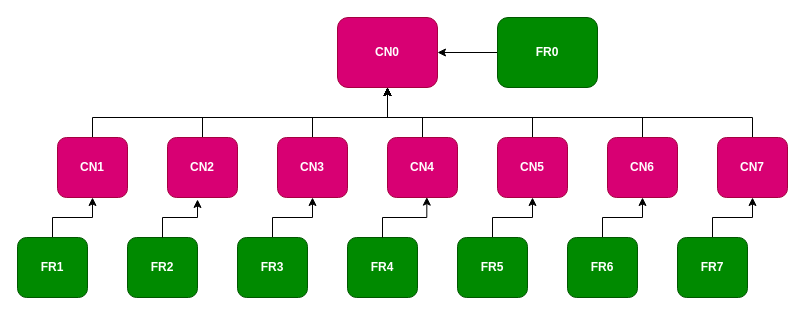
Above: page "CN & FR (Week 5)" (2 of 6) of Untitled Diagram.drawio in asdismilla/FlowChart (draw.io), before the change. Source tidied: cells renumbered, new cells numbered last; positions are measured from the earlier drawing's top-left corner, leaving out a move shared by most shapes. Both pictures are drawn from the tidied source at 100%, with x=0, y=0 at pixel (17, 17).
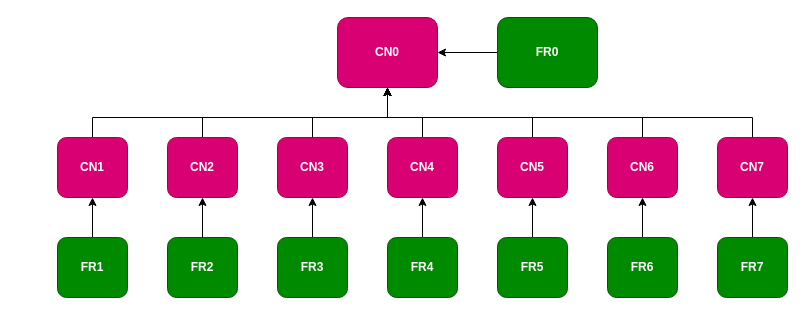
The same diagram, later.

Unchanged cells that the change refers to:
```xml
<mxCell id="10" value="&lt;b&gt;CN4&lt;/b&gt;" style="rounded=1;whiteSpace=wrap;html=1;fillColor=#d80073;fontColor=#ffffff;strokeColor=#A50040;" parent="1" vertex="1">
  <mxGeometry x="370" y="120" width="70" height="60" as="geometry" />
</mxCell>
<mxCell id="14" value="&lt;b&gt;CN2&lt;/b&gt;" style="rounded=1;whiteSpace=wrap;html=1;fillColor=#d80073;fontColor=#ffffff;strokeColor=#A50040;" parent="1" vertex="1">
  <mxGeometry x="150" y="120" width="70" height="60" as="geometry" />
</mxCell>
```

What changed in the source:
```diff
@@
     <mxCell id="18" value="&lt;b&gt;FR7&lt;/b&gt;" style="rounded=1;whiteSpace=wrap;html=1;fillColor=#008a00;fontColor=#ffffff;strokeColor=#005700;" parent="1" vertex="1">
-      <mxGeometry x="660" y="220" width="70" height="60" as="geometry" />
+      <mxGeometry x="700" y="220" width="70" height="60" as="geometry" />
     </mxCell>
@@
     <mxCell id="20" value="&lt;b&gt;FR6&lt;/b&gt;" style="rounded=1;whiteSpace=wrap;html=1;fillColor=#008a00;fontColor=#ffffff;strokeColor=#005700;" parent="1" vertex="1">
-      <mxGeometry x="550" y="220" width="70" height="60" as="geometry" />
+      <mxGeometry x="590" y="220" width="70" height="60" as="geometry" />
     </mxCell>
@@
     <mxCell id="22" value="&lt;b&gt;FR5&lt;/b&gt;" style="rounded=1;whiteSpace=wrap;html=1;fillColor=#008a00;fontColor=#ffffff;strokeColor=#005700;" parent="1" vertex="1">
-      <mxGeometry x="440" y="220" width="70" height="60" as="geometry" />
+      <mxGeometry x="480" y="220" width="70" height="60" as="geometry" />
     </mxCell>
+    <mxCell id="30" style="edgeStyle=orthogonalEdgeStyle;rounded=0;jettySize=auto;html=1;entryX=0.5;entryY=1;entryDx=0;entryDy=0;" parent="1" edge="1" source="23" target="10">
+      <mxGeometry relative="1" as="geometry" />
+    </mxCell>
     <mxCell id="23" value="&lt;b&gt;FR4&lt;/b&gt;" style="rounded=1;whiteSpace=wrap;html=1;fillColor=#008a00;fontColor=#ffffff;strokeColor=#005700;" parent="1" vertex="1">
-      <mxGeometry x="330" y="220" width="70" height="60" as="geometry" />
+      <mxGeometry x="370" y="220" width="70" height="60" as="geometry" />
     </mxCell>
@@
     <mxCell id="25" value="&lt;b&gt;FR3&lt;/b&gt;" style="rounded=1;whiteSpace=wrap;html=1;fillColor=#008a00;fontColor=#ffffff;strokeColor=#005700;" parent="1" vertex="1">
-      <mxGeometry x="220" y="220" width="70" height="60" as="geometry" />
+      <mxGeometry x="260" y="220" width="70" height="60" as="geometry" />
     </mxCell>
     <mxCell id="26" value="&lt;b&gt;FR2&lt;/b&gt;" style="rounded=1;whiteSpace=wrap;html=1;fillColor=#008a00;fontColor=#ffffff;strokeColor=#005700;" parent="1" vertex="1">
-      <mxGeometry x="110" y="220" width="70" height="60" as="geometry" />
+      <mxGeometry x="150" y="220" width="70" height="60" as="geometry" />
     </mxCell>
@@
     <mxCell id="28" value="&lt;b&gt;FR1&lt;/b&gt;" style="rounded=1;whiteSpace=wrap;html=1;fillColor=#008a00;fontColor=#ffffff;strokeColor=#005700;" parent="1" vertex="1">
-      <mxGeometry y="220" width="70" height="60" as="geometry" />
+      <mxGeometry x="40" y="220" width="70" height="60" as="geometry" />
     </mxCell>
-    <mxCell id="29" style="edgeStyle=orthogonalEdgeStyle;rounded=0;jettySize=auto;html=1;entryX=0.429;entryY=1.033;entryDx=0;entryDy=0;entryPerimeter=0;" parent="1" edge="1" source="26" target="14">
+    <mxCell id="29" style="edgeStyle=orthogonalEdgeStyle;rounded=0;jettySize=auto;html=1;entryX=0.5;entryY=1;entryDx=0;entryDy=0;" parent="1" edge="1" source="26" target="14">
       <mxGeometry relative="1" as="geometry" />
     </mxCell>
-    <mxCell id="30" style="edgeStyle=orthogonalEdgeStyle;rounded=0;jettySize=auto;html=1;entryX=0.562;entryY=0.994;entryDx=0;entryDy=0;entryPerimeter=0;" parent="1" edge="1" source="23" target="10">
-      <mxGeometry relative="1" as="geometry" />
-    </mxCell>
```
